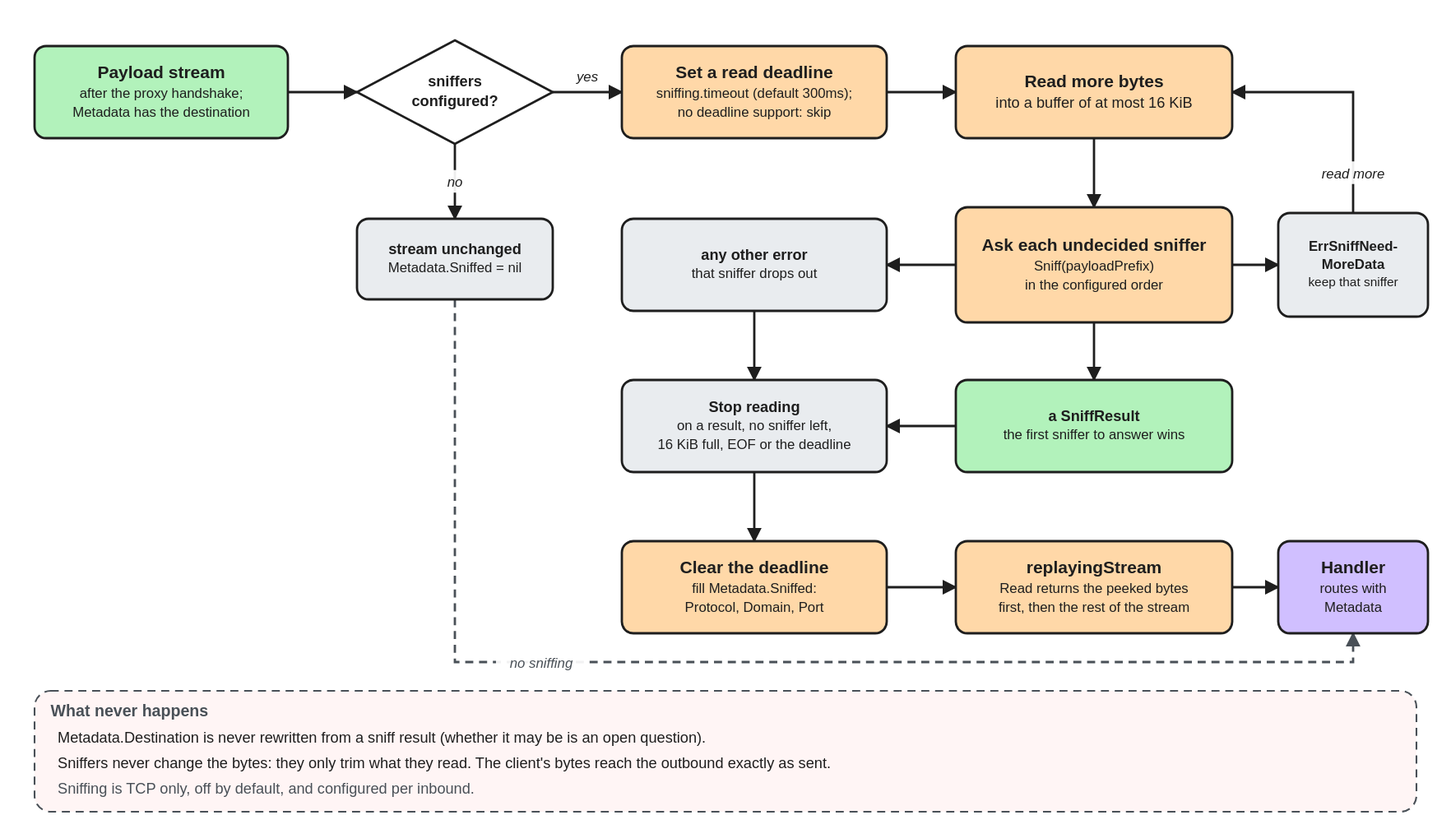
This is docs/assets/diagrams/sniffing-flow.excalidraw.svg from we-apranik/apranik, a Excalidraw export, as it was before one commit. Source tidied: one line per element, renumbered; positions are measured from the earlier drawing's top-left corner, leaving out a move shared by most shapes. Source of this version:
```json
{"id": 0, "type": "rectangle", "strokeColor": "#495057", "backgroundColor": "#fff5f5", "fillStyle": "solid", "strokeWidth": 1, "strokeStyle": "dashed", "roughness": 0, "round": true, "x": 0, "y": 565, "width": 1200, "height": 105}
{"id": 1, "type": "text", "text": "What never happens", "strokeColor": "#495057", "strokeWidth": 2, "roughness": 0, "fontSize": 14, "fontFamily": 2, "verticalAlign": "middle", "x": 14, "y": 573, "width": 1172, "height": 18}
{"id": 2, "type": "rectangle", "strokeColor": "#1e1e1e", "backgroundColor": "#b2f2bb", "fillStyle": "solid", "strokeWidth": 2, "roughness": 0, "round": true, "x": 0, "y": 5, "width": 220, "height": 80}
{"id": 3, "type": "text", "text": "Payload stream\nafter the proxy handshake;\nMetadata has the destination", "strokeColor": "#1e1e1e", "strokeWidth": 2, "roughness": 0, "fontSize": 12, "fontFamily": 2, "textAlign": "center", "verticalAlign": "middle", "inside": 2, "x": 0, "y": 5, "width": 220, "height": 45}
{"id": 4, "type": "diamond", "strokeColor": "#1e1e1e", "backgroundColor": "#ffffff", "fillStyle": "solid", "strokeWidth": 2, "roughness": 0, "x": 280, "y": 0, "width": 170, "height": 90}
{"id": 5, "type": "text", "text": "sniffers\nconfigured?", "strokeColor": "#1e1e1e", "strokeWidth": 2, "roughness": 0, "fontSize": 13, "fontFamily": 2, "textAlign": "center", "verticalAlign": "middle", "inside": 4, "x": 280, "y": 0, "width": 170, "height": 32}
{"id": 6, "type": "rectangle", "strokeColor": "#1e1e1e", "backgroundColor": "#e9ecef", "fillStyle": "solid", "strokeWidth": 2, "roughness": 0, "round": true, "x": 280, "y": 155, "width": 170, "height": 70}
{"id": 7, "type": "text", "text": "stream unchanged\nMetadata.Sniffed = nil", "strokeColor": "#1e1e1e", "strokeWidth": 2, "roughness": 0, "fontSize": 12, "fontFamily": 2, "textAlign": "center", "verticalAlign": "middle", "inside": 6, "x": 280, "y": 155, "width": 170, "height": 30}
{"id": 8, "type": "rectangle", "strokeColor": "#1e1e1e", "backgroundColor": "#ffd8a8", "fillStyle": "solid", "strokeWidth": 2, "roughness": 0, "round": true, "x": 510, "y": 5, "width": 230, "height": 80}
{"id": 9, "type": "text", "text": "Set a read deadline\nsniffing.timeout (default 300ms);\nno deadline support: skip", "strokeColor": "#1e1e1e", "strokeWidth": 2, "roughness": 0, "fontSize": 12, "fontFamily": 2, "textAlign": "center", "verticalAlign": "middle", "inside": 8, "x": 510, "y": 5, "width": 230, "height": 45}
{"id": 10, "type": "rectangle", "strokeColor": "#1e1e1e", "backgroundColor": "#ffd8a8", "fillStyle": "solid", "strokeWidth": 2, "roughness": 0, "round": true, "x": 800, "y": 5, "width": 240, "height": 80}
{"id": 11, "type": "text", "text": "Read more bytes\ninto a buffer of at most 16 KiB", "strokeColor": "#1e1e1e", "strokeWidth": 2, "roughness": 0, "fontSize": 13, "fontFamily": 2, "textAlign": "center", "verticalAlign": "middle", "inside": 10, "x": 800, "y": 5, "width": 240, "height": 32}
{"id": 12, "type": "rectangle", "strokeColor": "#1e1e1e", "backgroundColor": "#ffd8a8", "fillStyle": "solid", "strokeWidth": 2, "roughness": 0, "round": true, "x": 800, "y": 145, "width": 240, "height": 100}
{"id": 13, "type": "text", "text": "Ask each undecided sniffer\nSniff(payloadPrefix)\nin the configured order", "strokeColor": "#1e1e1e", "strokeWidth": 2, "roughness": 0, "fontSize": 12, "fontFamily": 2, "textAlign": "center", "verticalAlign": "middle", "inside": 12, "x": 800, "y": 145, "width": 240, "height": 45}
{"id": 14, "type": "rectangle", "strokeColor": "#1e1e1e", "backgroundColor": "#e9ecef", "fillStyle": "solid", "strokeWidth": 2, "roughness": 0, "round": true, "x": 1080, "y": 150, "width": 130, "height": 90}
{"id": 15, "type": "text", "text": "ErrSniffNeed-\nMoreData\nkeep that sniffer", "strokeColor": "#1e1e1e", "strokeWidth": 2, "roughness": 0, "fontSize": 11, "fontFamily": 2, "textAlign": "center", "verticalAlign": "middle", "inside": 14, "x": 1080, "y": 150, "width": 130, "height": 41}
{"id": 16, "type": "rectangle", "strokeColor": "#1e1e1e", "backgroundColor": "#e9ecef", "fillStyle": "solid", "strokeWidth": 2, "roughness": 0, "round": true, "x": 510, "y": 155, "width": 230, "height": 80}
{"id": 17, "type": "text", "text": "any other error\nthat sniffer drops out", "strokeColor": "#1e1e1e", "strokeWidth": 2, "roughness": 0, "fontSize": 12, "fontFamily": 2, "textAlign": "center", "verticalAlign": "middle", "inside": 16, "x": 510, "y": 155, "width": 230, "height": 30}
{"id": 18, "type": "rectangle", "strokeColor": "#1e1e1e", "backgroundColor": "#b2f2bb", "fillStyle": "solid", "strokeWidth": 2, "roughness": 0, "round": true, "x": 800, "y": 295, "width": 240, "height": 80}
{"id": 19, "type": "text", "text": "a SniffResult\nthe first sniffer to answer wins", "strokeColor": "#1e1e1e", "strokeWidth": 2, "roughness": 0, "fontSize": 12, "fontFamily": 2, "textAlign": "center", "verticalAlign": "middle", "inside": 18, "x": 800, "y": 295, "width": 240, "height": 30}
{"id": 20, "type": "rectangle", "strokeColor": "#1e1e1e", "backgroundColor": "#e9ecef", "fillStyle": "solid", "strokeWidth": 2, "roughness": 0, "round": true, "x": 510, "y": 295, "width": 230, "height": 80}
{"id": 21, "type": "text", "text": "Stop reading\non a result, no sniffer left,\n16 KiB full, EOF or the deadline", "strokeColor": "#1e1e1e", "strokeWidth": 2, "roughness": 0, "fontSize": 12, "fontFamily": 2, "textAlign": "center", "verticalAlign": "middle", "inside": 20, "x": 510, "y": 295, "width": 230, "height": 45}
{"id": 22, "type": "rectangle", "strokeColor": "#1e1e1e", "backgroundColor": "#ffd8a8", "fillStyle": "solid", "strokeWidth": 2, "roughness": 0, "round": true, "x": 510, "y": 435, "width": 230, "height": 80}
{"id": 23, "type": "text", "text": "Clear the deadline\nfill Metadata.Sniffed:\nProtocol, Domain, Port", "strokeColor": "#1e1e1e", "strokeWidth": 2, "roughness": 0, "fontSize": 12, "fontFamily": 2, "textAlign": "center", "verticalAlign": "middle", "inside": 22, "x": 510, "y": 435, "width": 230, "height": 45}
{"id": 24, "type": "rectangle", "strokeColor": "#1e1e1e", "backgroundColor": "#ffd8a8", "fillStyle": "solid", "strokeWidth": 2, "roughness": 0, "round": true, "x": 800, "y": 435, "width": 240, "height": 80}
{"id": 25, "type": "text", "text": "replayingStream\nRead returns the peeked bytes\nfirst, then the rest of the stream", "strokeColor": "#1e1e1e", "strokeWidth": 2, "roughness": 0, "fontSize": 12, "fontFamily": 2, "textAlign": "center", "verticalAlign": "middle", "inside": 24, "x": 800, "y": 435, "width": 240, "height": 45}
{"id": 26, "type": "rectangle", "strokeColor": "#1e1e1e", "backgroundColor": "#d0bfff", "fillStyle": "solid", "strokeWidth": 2, "roughness": 0, "round": true, "x": 1080, "y": 435, "width": 130, "height": 80}
{"id": 27, "type": "text", "text": "Handler\nroutes with\nMetadata", "strokeColor": "#1e1e1e", "strokeWidth": 2, "roughness": 0, "fontSize": 12, "fontFamily": 2, "textAlign": "center", "verticalAlign": "middle", "inside": 26, "x": 1080, "y": 435, "width": 130, "height": 45}
{"id": 28, "type": "arrow", "strokeColor": "#1e1e1e", "strokeWidth": 2, "roughness": 0, "endArrowhead": "arrow", "from": 2, "to": 4, "x": 220, "y": 45, "width": 60, "height": 0, "points": [[0, 0], [60, 0]]}
{"id": 29, "type": "arrow", "strokeColor": "#1e1e1e", "strokeWidth": 2, "roughness": 0, "endArrowhead": "arrow", "from": 4, "to": 6, "x": 365, "y": 90, "width": 0, "height": 65, "points": [[0, 0], [0, 65]]}
{"id": 30, "type": "text", "text": "no", "strokeColor": "#1e1e1e", "strokeWidth": 2, "roughness": 0, "fontSize": 12, "fontFamily": 2, "textAlign": "center", "verticalAlign": "middle", "x": 354, "y": 114, "width": 22, "height": 15}
{"id": 31, "type": "arrow", "strokeColor": "#1e1e1e", "strokeWidth": 2, "roughness": 0, "endArrowhead": "arrow", "from": 4, "to": 8, "x": 450, "y": 45, "width": 60, "height": 0, "points": [[0, 0], [60, 0]]}
{"id": 32, "type": "text", "text": "yes", "strokeColor": "#1e1e1e", "strokeWidth": 2, "roughness": 0, "fontSize": 12, "fontFamily": 2, "textAlign": "center", "verticalAlign": "middle", "x": 466, "y": 23, "width": 29, "height": 15}
{"id": 33, "type": "arrow", "strokeColor": "#1e1e1e", "strokeWidth": 2, "roughness": 0, "endArrowhead": "arrow", "from": 8, "to": 10, "x": 740, "y": 45, "width": 60, "height": 0, "points": [[0, 0], [60, 0]]}
{"id": 34, "type": "arrow", "strokeColor": "#1e1e1e", "strokeWidth": 2, "roughness": 0, "endArrowhead": "arrow", "from": 10, "to": 12, "x": 920, "y": 85, "width": 0, "height": 60, "points": [[0, 0], [0, 60]]}
{"id": 35, "type": "arrow", "strokeColor": "#1e1e1e", "strokeWidth": 2, "roughness": 0, "endArrowhead": "arrow", "from": 12, "to": 14, "x": 1040, "y": 195, "width": 40, "height": 0, "points": [[0, 0], [40, 0]]}
{"id": 36, "type": "arrow", "strokeColor": "#1e1e1e", "strokeWidth": 2, "roughness": 0, "endArrowhead": "arrow", "from": 14, "to": 10, "x": 1145, "y": 150, "width": 105, "height": 105, "points": [[0, 0], [0, -105], [-105, -105]]}
{"id": 37, "type": "text", "text": "read more", "strokeColor": "#1e1e1e", "strokeWidth": 2, "roughness": 0, "fontSize": 12, "fontFamily": 2, "textAlign": "center", "verticalAlign": "middle", "x": 1112, "y": 107, "width": 66, "height": 15}
{"id": 38, "type": "arrow", "strokeColor": "#1e1e1e", "strokeWidth": 2, "roughness": 0, "endArrowhead": "arrow", "from": 12, "to": 16, "x": 800, "y": 195, "width": 60, "height": 0, "points": [[0, 0], [-60, 0]]}
{"id": 39, "type": "arrow", "strokeColor": "#1e1e1e", "strokeWidth": 2, "roughness": 0, "endArrowhead": "arrow", "from": 12, "to": 18, "x": 920, "y": 245, "width": 0, "height": 50, "points": [[0, 0], [0, 50]]}
{"id": 40, "type": "arrow", "strokeColor": "#1e1e1e", "strokeWidth": 2, "roughness": 0, "endArrowhead": "arrow", "from": 16, "to": 20, "x": 625, "y": 235, "width": 0, "height": 60, "points": [[0, 0], [0, 60]]}
{"id": 41, "type": "arrow", "strokeColor": "#1e1e1e", "strokeWidth": 2, "roughness": 0, "endArrowhead": "arrow", "from": 18, "to": 20, "x": 800, "y": 335, "width": 60, "height": 0, "points": [[0, 0], [-60, 0]]}
{"id": 42, "type": "arrow", "strokeColor": "#1e1e1e", "strokeWidth": 2, "roughness": 0, "endArrowhead": "arrow", "from": 20, "to": 22, "x": 625, "y": 375, "width": 0, "height": 60, "points": [[0, 0], [0, 60]]}
{"id": 43, "type": "arrow", "strokeColor": "#1e1e1e", "strokeWidth": 2, "roughness": 0, "endArrowhead": "arrow", "from": 22, "to": 24, "x": 740, "y": 475, "width": 60, "height": 0, "points": [[0, 0], [60, 0]]}
{"id": 44, "type": "arrow", "strokeColor": "#1e1e1e", "strokeWidth": 2, "roughness": 0, "endArrowhead": "arrow", "from": 24, "to": 26, "x": 1040, "y": 475, "width": 40, "height": 0, "points": [[0, 0], [40, 0]]}
{"id": 45, "type": "arrow", "strokeColor": "#495057", "strokeWidth": 2, "strokeStyle": "dashed", "roughness": 0, "endArrowhead": "arrow", "from": 6, "to": 26, "x": 365, "y": 225, "width": 780, "height": 315, "points": [[0, 0], [0, 315], [780, 315], [780, 290]]}
{"id": 46, "type": "text", "text": "no sniffing", "strokeColor": "#495057", "strokeWidth": 2, "roughness": 0, "fontSize": 12, "fontFamily": 2, "textAlign": "center", "verticalAlign": "middle", "x": 401, "y": 532, "width": 79, "height": 15}
{"id": 47, "type": "text", "text": "Metadata.Destination is never rewritten from a sniff result (whether it may be is an open question).", "strokeColor": "#1e1e1e", "strokeWidth": 2, "roughness": 0, "fontSize": 13, "fontFamily": 2, "verticalAlign": "middle", "x": 20, "y": 597, "width": 682, "height": 16}
{"id": 48, "type": "text", "text": "Sniffers never change the bytes: they only trim what they read. The client's bytes reach the outbound exactly as sent.", "strokeColor": "#1e1e1e", "strokeWidth": 2, "roughness": 0, "fontSize": 13, "fontFamily": 2, "verticalAlign": "middle", "x": 20, "y": 619, "width": 804, "height": 16}
{"id": 49, "type": "text", "text": "Sniffing is TCP only, off by default, and configured per inbound.", "strokeColor": "#495057", "strokeWidth": 2, "roughness": 0, "fontSize": 13, "fontFamily": 2, "verticalAlign": "middle", "x": 20, "y": 641, "width": 445, "height": 16}
```
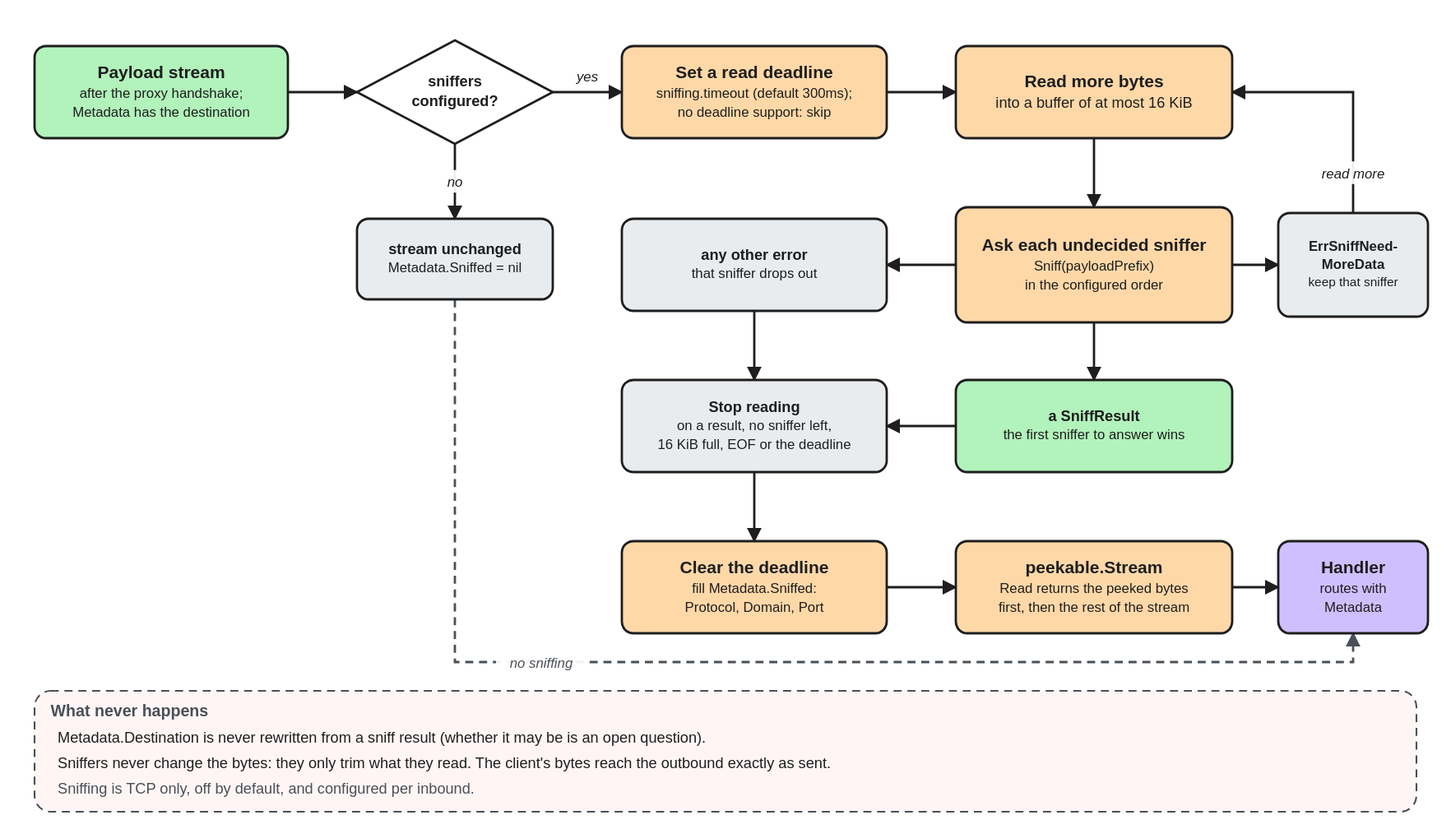
After the commit.

The edit, as a diff of the source:
```diff
@@ -23,7 +23,7 @@
 {"id": 22, "type": "rectangle", "strokeColor": "#1e1e1e", "backgroundColor": "#ffd8a8", "fillStyle": "solid", "strokeWidth": 2, "roughness": 0, "round": true, "x": 510, "y": 435, "width": 230, "height": 80}
 {"id": 23, "type": "text", "text": "Clear the deadline\nfill Metadata.Sniffed:\nProtocol, Domain, Port", "strokeColor": "#1e1e1e", "strokeWidth": 2, "roughness": 0, "fontSize": 12, "fontFamily": 2, "textAlign": "center", "verticalAlign": "middle", "inside": 22, "x": 510, "y": 435, "width": 230, "height": 45}
 {"id": 24, "type": "rectangle", "strokeColor": "#1e1e1e", "backgroundColor": "#ffd8a8", "fillStyle": "solid", "strokeWidth": 2, "roughness": 0, "round": true, "x": 800, "y": 435, "width": 240, "height": 80}
-{"id": 25, "type": "text", "text": "replayingStream\nRead returns the peeked bytes\nfirst, then the rest of the stream", "strokeColor": "#1e1e1e", "strokeWidth": 2, "roughness": 0, "fontSize": 12, "fontFamily": 2, "textAlign": "center", "verticalAlign": "middle", "inside": 24, "x": 800, "y": 435, "width": 240, "height": 45}
+{"id": 25, "type": "text", "text": "peekable.Stream\nRead returns the peeked bytes\nfirst, then the rest of the stream", "strokeColor": "#1e1e1e", "strokeWidth": 2, "roughness": 0, "fontSize": 12, "fontFamily": 2, "textAlign": "center", "verticalAlign": "middle", "inside": 24, "x": 800, "y": 435, "width": 240, "height": 45}
 {"id": 26, "type": "rectangle", "strokeColor": "#1e1e1e", "backgroundColor": "#d0bfff", "fillStyle": "solid", "strokeWidth": 2, "roughness": 0, "round": true, "x": 1080, "y": 435, "width": 130, "height": 80}
 {"id": 27, "type": "text", "text": "Handler\nroutes with\nMetadata", "strokeColor": "#1e1e1e", "strokeWidth": 2, "roughness": 0, "fontSize": 12, "fontFamily": 2, "textAlign": "center", "verticalAlign": "middle", "inside": 26, "x": 1080, "y": 435, "width": 130, "height": 45}
 {"id": 28, "type": "arrow", "strokeColor": "#1e1e1e", "strokeWidth": 2, "roughness": 0, "endArrowhead": "arrow", "from": 2, "to": 4, "x": 220, "y": 45, "width": 60, "height": 0, "points": [[0, 0], [60, 0]]}
```
